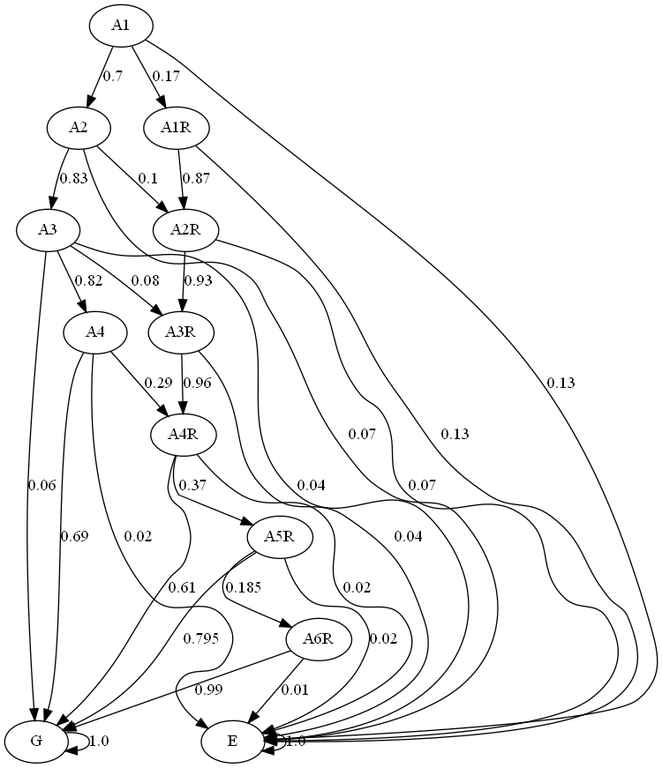
The Graphviz diagram graph/markov.png in JulianaFerreira/educacao, before a commit. Its source is kept beside it as graph/markov.dot.
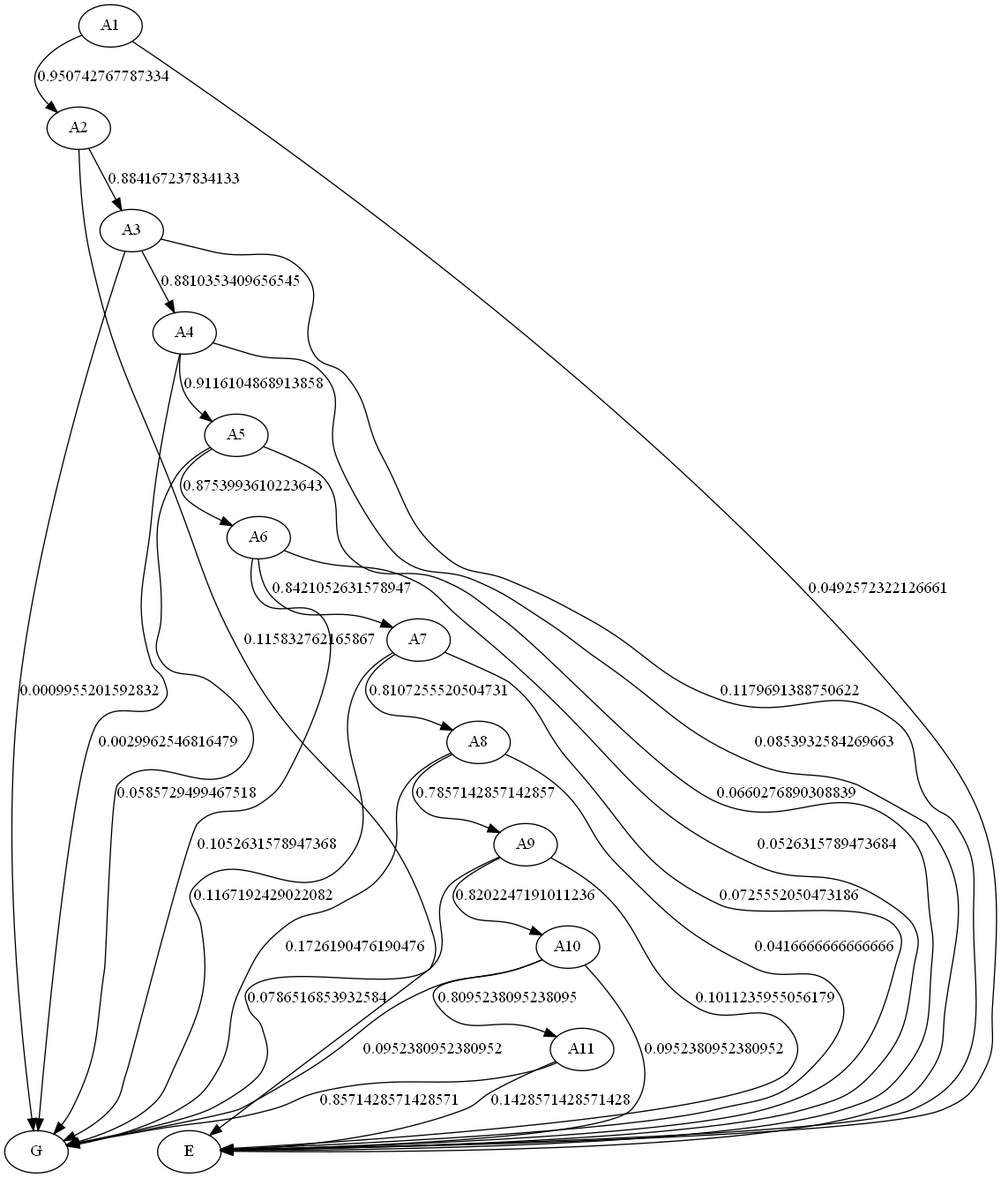
The same file after the commit.

Diff of the diagram source:
```diff
@@ -3,41 +3,43 @@
 A2;
 A3;
 A4;
-A1R;
-A2R;
-A3R;
-A4R;
-A5R;
-A6R;
+A5;
+A6;
+A7;
+A8;
+A9;
+A10;
+A11;
 G;
 E;
-A1 -> A2  [key=0, label="0.7", weight="0.7"];
-A1 -> A1R  [key=0, label="0.17", weight="0.17"];
-A1 -> E  [key=0, label="0.13", weight="0.13"];
-A2 -> A3  [key=0, label="0.83", weight="0.83"];
-A2 -> A2R  [key=0, label="0.1", weight="0.1"];
-A2 -> E  [key=0, label="0.07", weight="0.07"];
-A3 -> A4  [key=0, label="0.82", weight="0.82"];
-A3 -> A3R  [key=0, label="0.08", weight="0.08"];
-A3 -> G  [key=0, label="0.06", weight="0.06"];
-A3 -> E  [key=0, label="0.04", weight="0.04"];
-A4 -> A4R  [key=0, label="0.29", weight="0.29"];
-A4 -> G  [key=0, label="0.69", weight="0.69"];
-A4 -> E  [key=0, label="0.02", weight="0.02"];
-A1R -> A2R  [key=0, label="0.87", weight="0.87"];
-A1R -> E  [key=0, label="0.13", weight="0.13"];
-A2R -> A3R  [key=0, label="0.93", weight="0.93"];
-A2R -> E  [key=0, label="0.07", weight="0.07"];
-A3R -> A4R  [key=0, label="0.96", weight="0.96"];
-A3R -> E  [key=0, label="0.04", weight="0.04"];
-A4R -> A5R  [key=0, label="0.37", weight="0.37"];
-A4R -> G  [key=0, label="0.61", weight="0.61"];
-A4R -> E  [key=0, label="0.02", weight="0.02"];
-A5R -> A6R  [key=0, label="0.185", weight="0.185"];
-A5R -> G  [key=0, label="0.795", weight="0.795"];
-A5R -> E  [key=0, label="0.02", weight="0.02"];
-A6R -> G  [key=0, label="0.99", weight="0.99"];
-A6R -> E  [key=0, label="0.01", weight="0.01"];
-G -> G  [key=0, label="1.0", weight="1.0"];
-E -> E  [key=0, label="1.0", weight="1.0"];
+A1 -> A2  [key=0, label="0.950742767787334", weight="0.950742767787334"];
+A1 -> E  [key=0, label="0.0492572322126661", weight="0.0492572322126661"];
+A2 -> A3  [key=0, label="0.884167237834133", weight="0.884167237834133"];
+A2 -> E  [key=0, label="0.115832762165867", weight="0.115832762165867"];
+A3 -> A4  [key=0, label="0.8810353409656545", weight="0.8810353409656545"];
+A3 -> G  [key=0, label="0.0009955201592832", weight="0.0009955201592832"];
+A3 -> E  [key=0, label="0.1179691388750622", weight="0.1179691388750622"];
+A4 -> A5  [key=0, label="0.9116104868913858", weight="0.9116104868913858"];
+A4 -> G  [key=0, label="0.0029962546816479", weight="0.0029962546816479"];
+A4 -> E  [key=0, label="0.0853932584269663", weight="0.0853932584269663"];
+A5 -> A6  [key=0, label="0.8753993610223643", weight="0.8753993610223643"];
+A5 -> G  [key=0, label="0.0585729499467518", weight="0.0585729499467518"];
+A5 -> E  [key=0, label="0.0660276890308839", weight="0.0660276890308839"];
+A6 -> A7  [key=0, label="0.8421052631578947", weight="0.8421052631578947"];
+A6 -> G  [key=0, label="0.1052631578947368", weight="0.1052631578947368"];
+A6 -> E  [key=0, label="0.0526315789473684", weight="0.0526315789473684"];
+A7 -> A8  [key=0, label="0.8107255520504731", weight="0.8107255520504731"];
+A7 -> G  [key=0, label="0.1167192429022082", weight="0.1167192429022082"];
+A7 -> E  [key=0, label="0.0725552050473186", weight="0.0725552050473186"];
+A8 -> A9  [key=0, label="0.7857142857142857", weight="0.7857142857142857"];
+A8 -> G  [key=0, label="0.1726190476190476", weight="0.1726190476190476"];
+A8 -> E  [key=0, label="0.0416666666666666", weight="0.0416666666666666"];
+A9 -> A10  [key=0, label="0.8202247191011236", weight="0.8202247191011236"];
+A9 -> G  [key=0, label="0.0786516853932584", weight="0.0786516853932584"];
+A9 -> E  [key=0, label="0.1011235955056179", weight="0.1011235955056179"];
+A10 -> A11  [key=0, label="0.8095238095238095", weight="0.8095238095238095"];
+A10 -> G  [key=0, label="0.0952380952380952", weight="0.0952380952380952"];
+A10 -> E  [key=0, label="0.0952380952380952", weight="0.0952380952380952"];
+A11 -> G  [key=0, label="0.8571428571428571", weight="0.8571428571428571"];
+A11 -> E  [key=0, label="0.1428571428571428", weight="0.1428571428571428"];
 }
```
